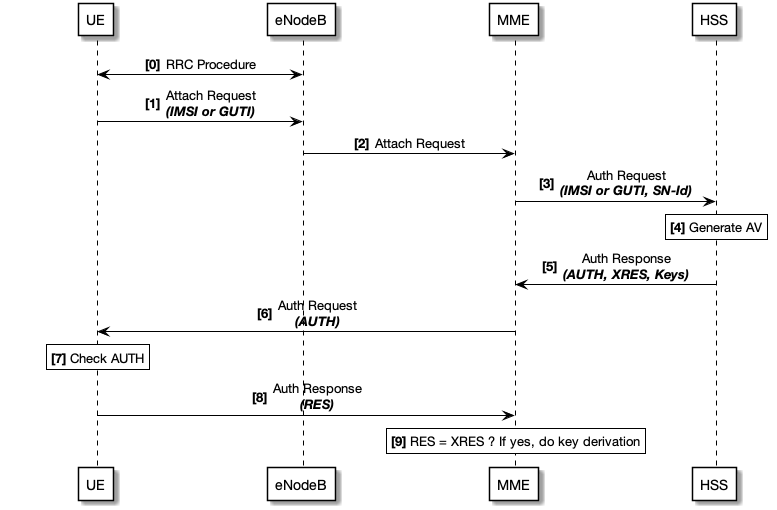
rbroesamle/5G-AKA-Protocol keeps this PlantUML diagram as Paper/uml/4g-protocol_v1.png. Above is the earlier version.
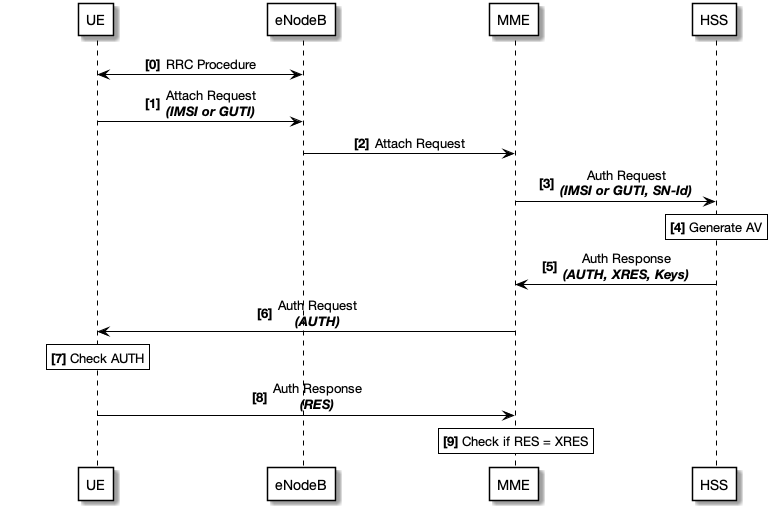
The same diagram one commit later.

Commit message:
Added a description of all the steps for the 4g EPs-AKA protocol.

Change to the diagram source:
```diff
@@ -52,7 +52,7 @@
 UE -> MME : Auth Response\n//**(RES)**//
 
 rnote <<note>> over MME
-**[9]** RES = XRES ? If yes, do key derivation
+**[9]** Check if RES = XRES
 end note
 
 @enduml
```
